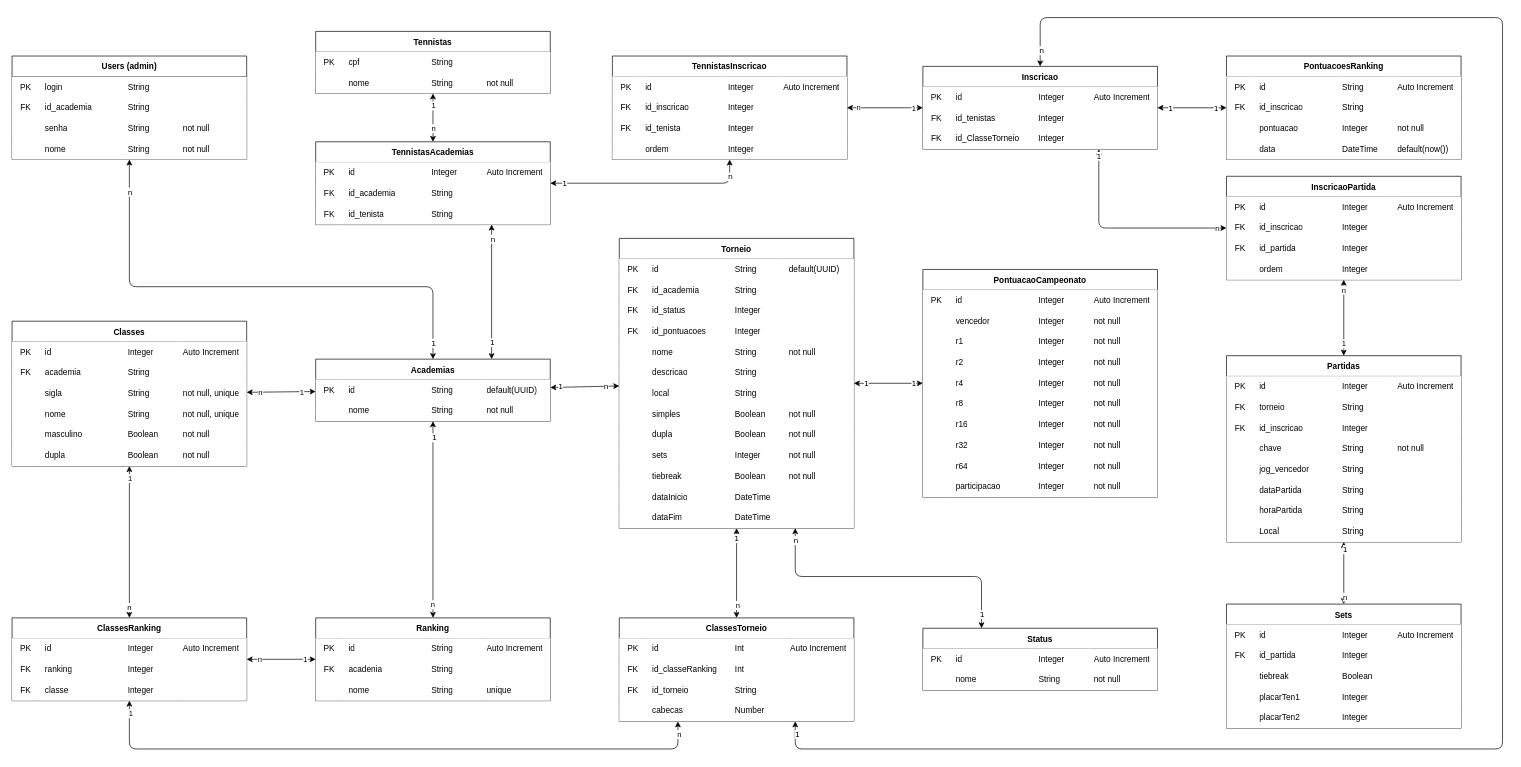
The draw.io diagram prisma/schema2.0.drawio in Vanakaus/projetoRaquete_server, before the edit. Source tidied: cells renumbered, new cells numbered last; positions are measured from the earlier drawing's top-left corner, leaving out a move shared by most shapes. Both pictures are drawn from the tidied source at 69%, with x=0, y=0 at pixel (12, 17).
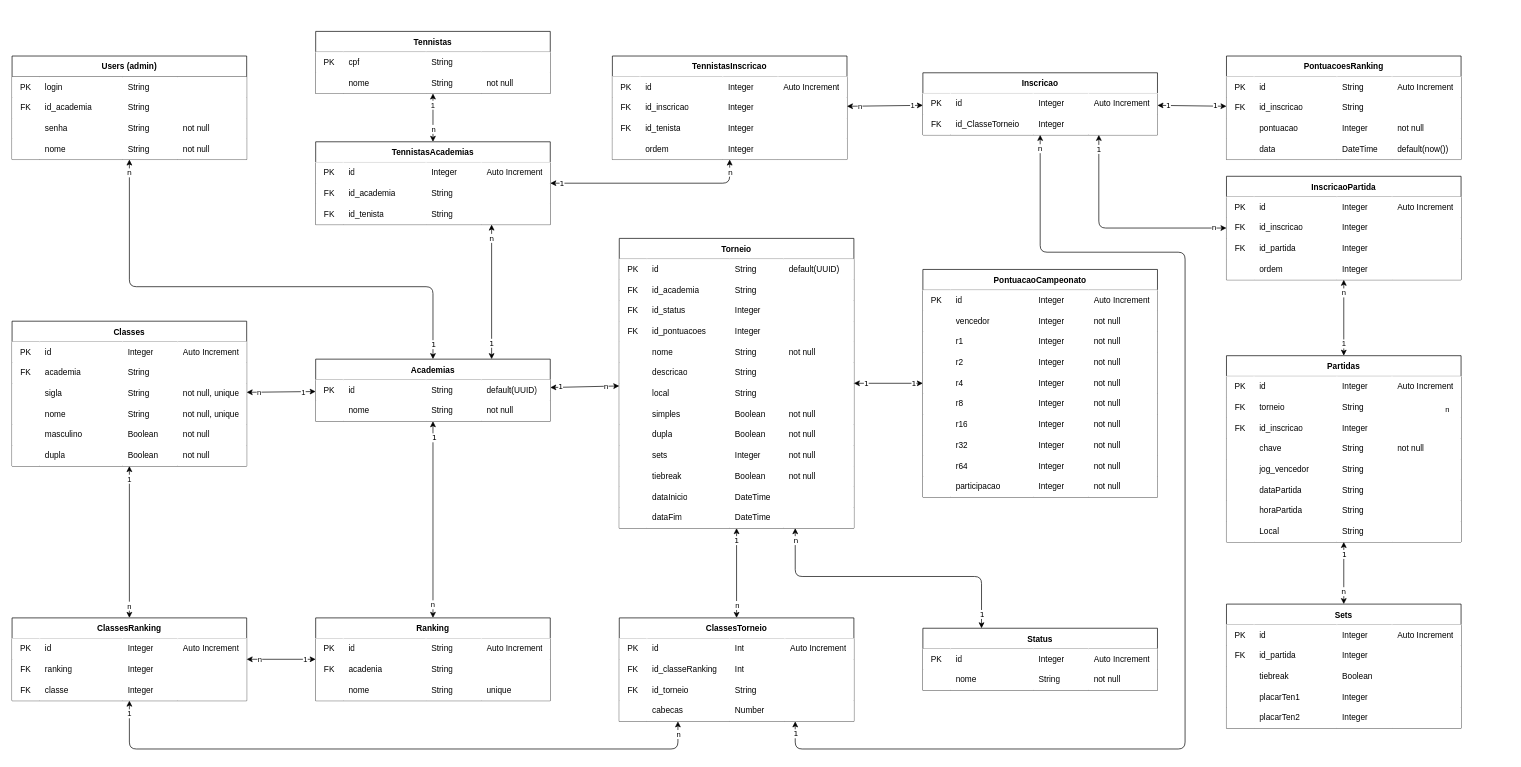
Above is the later version.

Unchanged cells that the change refers to:
```xml
<mxCell id="2" style="edgeStyle=none;html=1;startArrow=classic;startFill=1;" parent="1" edge="1" source="5" target="32">
  <mxGeometry relative="1" as="geometry">
    <Array as="points">
      <mxPoint x="170" y="390" />
      <mxPoint x="610" y="390" />
    </Array>
  </mxGeometry>
</mxCell>
<mxCell id="29" style="edgeStyle=none;html=1;startArrow=classic;startFill=1;exitX=0.75;exitY=0;exitDx=0;exitDy=0;entryX=0.75;entryY=1;entryDx=0;entryDy=0;" parent="1" edge="1" source="32" target="115">
  <mxGeometry relative="1" as="geometry" />
</mxCell>
<mxCell id="43" style="edgeStyle=none;html=1;startArrow=classic;startFill=1;" parent="1" edge="1" source="46" target="96">
  <mxGeometry relative="1" as="geometry" />
</mxCell>
<mxCell id="112" style="edgeStyle=none;html=1;startArrow=classic;startFill=1;" parent="1" edge="1" source="115" target="458">
  <mxGeometry relative="1" as="geometry">
    <Array as="points">
      <mxPoint x="1040" y="240" />
    </Array>
  </mxGeometry>
</mxCell>
<mxCell id="131" style="edgeStyle=none;html=1;startArrow=classic;startFill=1;" parent="1" edge="1" source="137" target="387">
  <mxGeometry relative="1" as="geometry" />
</mxCell>
<mxCell id="203" style="edgeStyle=none;html=1;startArrow=classic;startFill=1;" parent="1" edge="1" source="209" target="337">
  <mxGeometry relative="1" as="geometry" />
</mxCell>
<mxCell id="206" style="edgeStyle=none;html=1;startArrow=classic;startFill=1;exitX=0.75;exitY=1;exitDx=0;exitDy=0;" parent="1" edge="1" source="209" target="434">
  <mxGeometry relative="1" as="geometry">
    <Array as="points">
      <mxPoint x="1575" y="305" />
    </Array>
  </mxGeometry>
</mxCell>
<mxCell id="242" style="edgeStyle=none;html=1;startArrow=classic;startFill=1;" parent="1" edge="1" source="245" target="358">
  <mxGeometry relative="1" as="geometry" />
</mxCell>
<mxCell id="387" value="ClassesTorneio" style="shape=table;startSize=30;childLayout=tableLayout;rowLines=0;fontStyle=1;gradientColor=none;fillColor=default;columnLines=0;strokeColor=default;" parent="1" vertex="1">
  <mxGeometry x="880" y="870" width="340" height="150" as="geometry" />
</mxCell>
<mxCell id="408" style="edgeStyle=none;html=1;startArrow=classic;startFill=1;" parent="1" edge="1" source="46" target="32">
  <mxGeometry relative="1" as="geometry" />
</mxCell>
<mxCell id="414" style="edgeStyle=none;html=1;startArrow=classic;startFill=1;entryX=0.25;entryY=1;entryDx=0;entryDy=0;" parent="1" edge="1" source="96" target="387">
  <mxGeometry relative="1" as="geometry">
    <Array as="points">
      <mxPoint x="170" y="1060" />
      <mxPoint x="965" y="1060" />
    </Array>
  </mxGeometry>
</mxCell>
<mxCell id="417" style="edgeStyle=none;html=1;startArrow=classic;startFill=1;" parent="1" edge="1" source="420" target="115">
  <mxGeometry relative="1" as="geometry" />
</mxCell>
<mxCell id="431" style="edgeStyle=none;html=1;startArrow=classic;startFill=1;" parent="1" edge="1" source="434" target="245">
  <mxGeometry relative="1" as="geometry" />
</mxCell>
<mxCell id="455" style="edgeStyle=none;html=1;startArrow=classic;startFill=1;" parent="1" edge="1" source="458" target="209">
  <mxGeometry relative="1" as="geometry" />
</mxCell>
```

What changed in the source:
```diff
@@
     <mxCell id="3" value="1" style="edgeLabel;html=1;align=center;verticalAlign=middle;fontFamily=Verdana;" parent="2" vertex="1">
       <mxGeometry x="0.87" relative="1" as="geometry">
-        <mxPoint y="24" as="offset" />
+        <mxPoint y="26" as="offset" />
       </mxGeometry>
     </mxCell>
     <mxCell id="4" value="n" style="edgeLabel;html=1;align=center;verticalAlign=middle;fontFamily=Verdana;" parent="2" vertex="1">
-      <mxGeometry x="-0.87" relative="1" as="geometry" />
+      <mxGeometry x="-0.87" relative="1" as="geometry">
+        <mxPoint x="-1" y="-28" as="offset" />
+      </mxGeometry>
     </mxCell>
@@
     <mxCell id="30" value="1" style="edgeLabel;html=1;align=center;verticalAlign=middle;fontFamily=Verdana;" parent="29" vertex="1">
       <mxGeometry x="-0.94" relative="1" as="geometry">
-        <mxPoint y="-19" as="offset" />
+        <mxPoint x="-1" y="-18" as="offset" />
       </mxGeometry>
     </mxCell>
     <mxCell id="31" value="n" style="edgeLabel;html=1;align=center;verticalAlign=middle;fontFamily=Verdana;" parent="29" vertex="1">
       <mxGeometry x="0.94" y="-1" relative="1" as="geometry">
-        <mxPoint y="14" as="offset" />
+        <mxPoint x="-2" y="13" as="offset" />
       </mxGeometry>
     </mxCell>
@@
     <mxCell id="44" value="n" style="edgeLabel;html=1;align=center;verticalAlign=middle;" parent="43" vertex="1">
-      <mxGeometry x="0.85" y="-1" relative="1" as="geometry" />
+      <mxGeometry x="0.85" y="-1" relative="1" as="geometry">
+        <mxPoint y="-2" as="offset" />
+      </mxGeometry>
     </mxCell>
     <mxCell id="45" value="1" style="edgeLabel;html=1;align=center;verticalAlign=middle;" parent="43" vertex="1">
-      <mxGeometry x="-0.85" relative="1" as="geometry" />
+      <mxGeometry x="-0.85" relative="1" as="geometry">
+        <mxPoint x="-1" y="1" as="offset" />
+      </mxGeometry>
     </mxCell>
@@
     <mxCell id="113" value="n" style="edgeLabel;html=1;align=center;verticalAlign=middle;fontFamily=Verdana;" parent="112" vertex="1">
       <mxGeometry x="0.63" y="-1" relative="1" as="geometry">
-        <mxPoint x="20" y="-11" as="offset" />
+        <mxPoint x="20" y="-18" as="offset" />
       </mxGeometry>
     </mxCell>
     <mxCell id="114" value="1" style="edgeLabel;html=1;align=center;verticalAlign=middle;fontFamily=Verdana;" parent="112" vertex="1">
       <mxGeometry x="-0.56" relative="1" as="geometry">
-        <mxPoint x="-45" as="offset" />
+        <mxPoint x="-49" y="-1" as="offset" />
       </mxGeometry>
     </mxCell>
@@
     <mxCell id="132" value="n" style="edgeLabel;html=1;align=center;verticalAlign=middle;" parent="131" vertex="1">
-      <mxGeometry x="0.7" y="1" relative="1" as="geometry" />
+      <mxGeometry x="0.7" y="1" relative="1" as="geometry">
+        <mxPoint x="-1" as="offset" />
+      </mxGeometry>
     </mxCell>
     <mxCell id="133" value="1" style="edgeLabel;html=1;align=center;verticalAlign=middle;fontFamily=Verdana;" parent="131" vertex="1">
-      <mxGeometry x="-0.78" y="-1" relative="1" as="geometry" />
+      <mxGeometry x="-0.78" y="-1" relative="1" as="geometry">
+        <mxPoint y="3" as="offset" />
+      </mxGeometry>
     </mxCell>
@@
     <mxCell id="204" value="1" style="edgeLabel;html=1;align=center;verticalAlign=middle;fontFamily=Verdana;" parent="203" vertex="1">
-      <mxGeometry x="0.68" y="-1" relative="1" as="geometry" />
+      <mxGeometry x="0.68" y="-1" relative="1" as="geometry">
+        <mxPoint y="-2" as="offset" />
+      </mxGeometry>
     </mxCell>
     <mxCell id="205" value="1" style="edgeLabel;html=1;align=center;verticalAlign=middle;fontFamily=Verdana;" parent="203" vertex="1">
-      <mxGeometry x="-0.65" y="-1" relative="1" as="geometry" />
+      <mxGeometry x="-0.65" y="-1" relative="1" as="geometry">
+        <mxPoint x="-2" y="-2" as="offset" />
+      </mxGeometry>
     </mxCell>
@@
     <mxCell id="207" value="n" style="edgeLabel;html=1;align=center;verticalAlign=middle;fontFamily=Verdana;" parent="206" vertex="1">
-      <mxGeometry x="0.91" relative="1" as="geometry" />
+      <mxGeometry x="0.91" relative="1" as="geometry">
+        <mxPoint x="-5" y="-2" as="offset" />
+      </mxGeometry>
     </mxCell>
     <mxCell id="208" value="1" style="edgeLabel;html=1;align=center;verticalAlign=middle;fontFamily=Verdana;" parent="206" vertex="1">
-      <mxGeometry x="-0.93" y="-1" relative="1" as="geometry" />
+      <mxGeometry x="-0.93" y="-1" relative="1" as="geometry">
+        <mxPoint y="9" as="offset" />
+      </mxGeometry>
     </mxCell>
     <mxCell id="209" value="Inscricao" style="shape=table;startSize=30;childLayout=tableLayout;rowLines=0;fontStyle=1;gradientColor=none;fillColor=default;columnLines=0;strokeColor=default;" parent="1" vertex="1">
-      <mxGeometry x="1320" y="70.7" width="340" height="120" as="geometry" />
+      <mxGeometry x="1320" y="80" width="340" height="90" as="geometry" />
     </mxCell>
@@
-    <mxCell id="215" style="shape=tableRow;horizontal=0;startSize=0;swimlaneHead=0;swimlaneBody=0;top=0;left=0;bottom=0;right=0;fillColor=none;" parent="209" vertex="1">
-      <mxGeometry y="60" width="340" height="30" as="geometry" />
-    </mxCell>
-    <mxCell id="216" value="FK" style="shape=partialRectangle;html=1;whiteSpace=wrap;fillColor=default;top=0;left=0;bottom=0;right=0;overflow=hidden;strokeColor=#FFFFFF;" parent="215" vertex="1">
-      <mxGeometry width="40" height="30" as="geometry" />
-    </mxCell>
-    <mxCell id="217" value="id_tenistas" style="shape=partialRectangle;html=1;whiteSpace=wrap;fillColor=default;top=0;left=0;bottom=0;right=0;align=left;spacingLeft=6;overflow=hidden;strokeColor=#FFFFFF;" parent="215" vertex="1">
-      <mxGeometry x="40" width="120" height="30" as="geometry" />
-    </mxCell>
-    <mxCell id="218" value="Integer" style="shape=partialRectangle;html=1;whiteSpace=wrap;fillColor=default;top=0;left=0;bottom=0;right=0;align=left;spacingLeft=6;overflow=hidden;strokeColor=#FFFFFF;" parent="215" vertex="1">
-      <mxGeometry x="160" width="80" height="30" as="geometry" />
-    </mxCell>
-    <mxCell id="219" style="shape=partialRectangle;html=1;whiteSpace=wrap;fillColor=default;top=0;left=0;bottom=0;right=0;align=left;spacingLeft=6;overflow=hidden;strokeColor=#FFFFFF;" parent="215" vertex="1">
-      <mxGeometry x="240" width="100" height="30" as="geometry" />
-    </mxCell>
     <mxCell id="220" style="shape=tableRow;horizontal=0;startSize=0;swimlaneHead=0;swimlaneBody=0;top=0;left=0;bottom=0;right=0;fillColor=none;" parent="209" vertex="1">
-      <mxGeometry y="90" width="340" height="30" as="geometry" />
+      <mxGeometry y="60" width="340" height="30" as="geometry" />
     </mxCell>
@@
     <mxCell id="243" value="n" style="edgeLabel;html=1;align=center;verticalAlign=middle;fontFamily=Verdana;" parent="242" vertex="1">
       <mxGeometry x="0.83" y="1" relative="1" as="geometry">
-        <mxPoint y="-3" as="offset" />
+        <mxPoint x="-2" y="-11" as="offset" />
       </mxGeometry>
     </mxCell>
     <mxCell id="244" value="1" style="edgeLabel;html=1;align=center;verticalAlign=middle;fontFamily=Verdana;" parent="242" vertex="1">
-      <mxGeometry x="-0.78" y="1" relative="1" as="geometry" />
+      <mxGeometry x="-0.78" y="1" relative="1" as="geometry">
+        <mxPoint x="-1" y="7" as="offset" />
+      </mxGeometry>
     </mxCell>
@@
     <mxCell id="384" style="edgeStyle=none;html=1;startArrow=classic;startFill=1;exitX=0.75;exitY=1;exitDx=0;exitDy=0;" parent="1" edge="1" source="387" target="209">
       <mxGeometry relative="1" as="geometry">
         <Array as="points">
           <mxPoint x="1135" y="1060" />
-          <mxPoint x="2160" y="1060" />
-          <mxPoint x="2160" />
-          <mxPoint x="1490" />
+          <mxPoint x="1700" y="1060" />
+          <mxPoint x="1700" y="340" />
+          <mxPoint x="1490" y="340" />
         </Array>
       </mxGeometry>
     </mxCell>
     <mxCell id="385" value="1" style="edgeLabel;html=1;align=center;verticalAlign=middle;fontFamily=Verdana;" parent="384" vertex="1">
       <mxGeometry x="-0.99" y="2" relative="1" as="geometry">
-        <mxPoint y="4" as="offset" />
+        <mxPoint x="-2" y="8" as="offset" />
       </mxGeometry>
     </mxCell>
     <mxCell id="386" value="n" style="edgeLabel;html=1;align=center;verticalAlign=middle;fontFamily=Verdana;" parent="384" vertex="1">
       <mxGeometry x="0.99" y="1" relative="1" as="geometry">
-        <mxPoint y="-9" as="offset" />
+        <mxPoint y="10" as="offset" />
       </mxGeometry>
     </mxCell>
@@
     <mxCell id="409" value="1" style="edgeLabel;html=1;align=center;verticalAlign=middle;" parent="408" vertex="1">
-      <mxGeometry x="0.6" relative="1" as="geometry" />
+      <mxGeometry x="0.6" relative="1" as="geometry">
+        <mxPoint x="2" as="offset" />
+      </mxGeometry>
     </mxCell>
     <mxCell id="410" value="n" style="edgeLabel;html=1;align=center;verticalAlign=middle;" parent="408" vertex="1">
-      <mxGeometry x="-0.6" relative="1" as="geometry" />
+      <mxGeometry x="-0.6" relative="1" as="geometry">
+        <mxPoint x="-2" as="offset" />
+      </mxGeometry>
     </mxCell>
@@
     <mxCell id="415" value="n" style="edgeLabel;html=1;align=center;verticalAlign=middle;" parent="414" vertex="1">
-      <mxGeometry x="0.96" y="-1" relative="1" as="geometry" />
+      <mxGeometry x="0.96" y="-1" relative="1" as="geometry">
+        <mxPoint x="-1" as="offset" />
+      </mxGeometry>
     </mxCell>
     <mxCell id="416" value="1" style="edgeLabel;html=1;align=center;verticalAlign=middle;" parent="414" vertex="1">
-      <mxGeometry x="-0.96" y="1" relative="1" as="geometry" />
+      <mxGeometry x="-0.96" y="1" relative="1" as="geometry">
+        <mxPoint x="-2" as="offset" />
+      </mxGeometry>
     </mxCell>
@@
     <mxCell id="418" value="1" style="edgeLabel;html=1;align=center;verticalAlign=middle;" parent="417" vertex="1">
       <mxGeometry x="-0.68" y="-1" relative="1" as="geometry">
-        <mxPoint x="1" y="6" as="offset" />
+        <mxPoint y="5" as="offset" />
       </mxGeometry>
     </mxCell>
     <mxCell id="419" value="n" style="edgeLabel;html=1;align=center;verticalAlign=middle;" parent="417" vertex="1">
       <mxGeometry x="0.66" y="1" relative="1" as="geometry">
-        <mxPoint x="-1" y="-8" as="offset" />
+        <mxPoint x="-1" y="-7" as="offset" />
       </mxGeometry>
     </mxCell>
@@
     <mxCell id="433" value="n" style="edgeLabel;html=1;align=center;verticalAlign=middle;" parent="431" vertex="1">
-      <mxGeometry x="-0.75" y="-1" relative="1" as="geometry" />
+      <mxGeometry x="-0.75" y="-1" relative="1" as="geometry">
+        <mxPoint y="4" as="offset" />
+      </mxGeometry>
     </mxCell>
@@
     <mxCell id="456" value="n" style="edgeLabel;html=1;align=center;verticalAlign=middle;" parent="455" vertex="1">
-      <mxGeometry x="-0.71" relative="1" as="geometry" />
+      <mxGeometry x="-0.71" relative="1" as="geometry">
+        <mxPoint x="854" y="439" as="offset" />
+      </mxGeometry>
     </mxCell>
     <mxCell id="457" value="1" style="edgeLabel;html=1;align=center;verticalAlign=middle;" parent="455" vertex="1">
-      <mxGeometry x="0.74" y="-1" relative="1" as="geometry" />
+      <mxGeometry x="0.74" y="-1" relative="1" as="geometry">
+        <mxPoint x="-2" y="-2" as="offset" />
+      </mxGeometry>
     </mxCell>
+    <mxCell id="479" value="n" style="edgeLabel;html=1;align=center;verticalAlign=middle;" parent="455" vertex="1">
+      <mxGeometry x="-0.65" relative="1" as="geometry" />
+    </mxCell>
```
